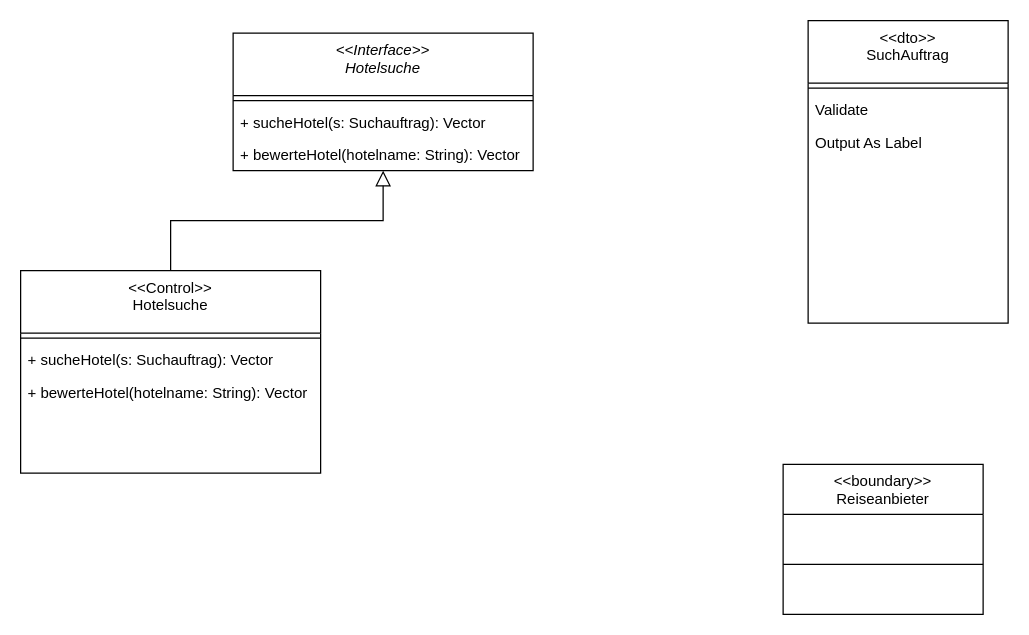
Above: 8.2.drawio in dhefel2s/Hbrs (draw.io), before the change. Source tidied: cells renumbered, new cells numbered last; positions are measured from the earlier drawing's top-left corner, leaving out a move shared by most shapes. Both pictures are drawn from the tidied source at 125%, with x=0, y=0 at pixel (20, 20).
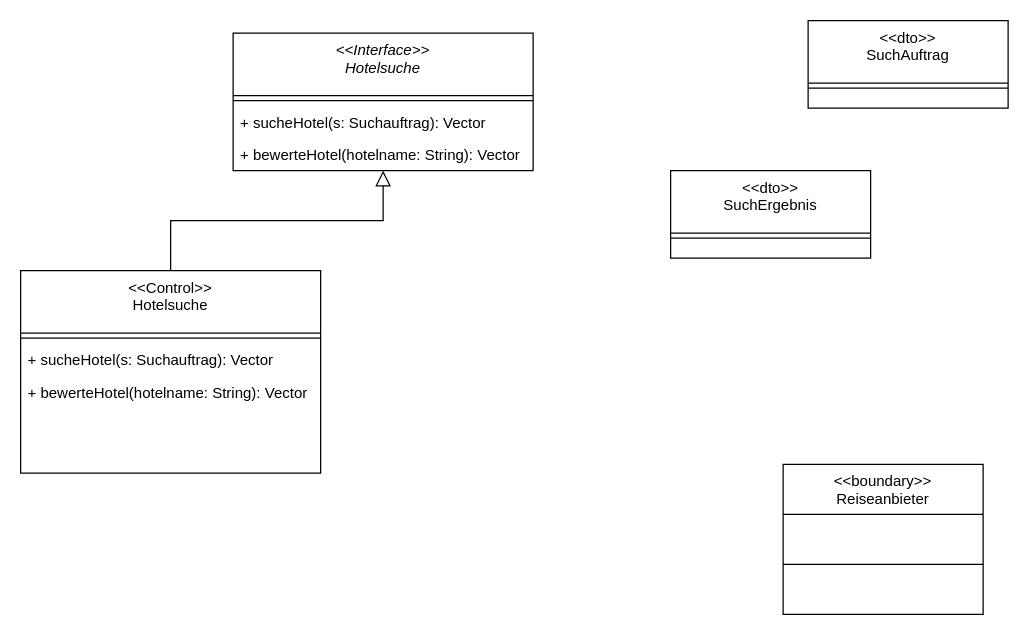
The same diagram, later.

Diff of the diagram source:
```diff
@@
 <mxGraphModel>
   <root>
     <mxCell id="0" />
     <mxCell id="1" parent="0" />
     <mxCell id="2" value="&lt;&lt;Interface&gt;&gt;&#10;Hotelsuche" style="swimlane;fontStyle=2;align=center;verticalAlign=top;horizontal=1;startSize=50;rounded=0;shadow=0;strokeWidth=1;" parent="1" vertex="1">
       <mxGeometry x="170" y="10" width="240" height="110" as="geometry" />
     </mxCell>
     <mxCell id="3" style="line;html=1;strokeWidth=1;align=left;verticalAlign=middle;spacingTop=-1;spacingLeft=3;spacingRight=3;labelPosition=right;" parent="2" vertex="1">
       <mxGeometry y="50" width="240" height="8" as="geometry" />
     </mxCell>
     <mxCell id="4" value="+ sucheHotel(s: Suchauftrag): Vector" style="text;align=left;verticalAlign=top;spacingLeft=4;spacingRight=4;overflow=hidden;" parent="2" vertex="1">
       <mxGeometry y="58" width="240" height="26" as="geometry" />
     </mxCell>
     <mxCell id="5" value="+ bewerteHotel(hotelname: String): Vector" style="text;align=left;verticalAlign=top;spacingLeft=4;spacingRight=4;overflow=hidden;" parent="2" vertex="1">
       <mxGeometry y="84" width="240" height="26" as="geometry" />
     </mxCell>
     <mxCell id="6" value="&lt;&lt;Control&gt;&gt;&#10;Hotelsuche" style="swimlane;fontStyle=0;align=center;verticalAlign=top;horizontal=1;startSize=50;rounded=0;shadow=0;strokeWidth=1;" parent="1" vertex="1">
       <mxGeometry y="200" width="240" height="162" as="geometry" />
     </mxCell>
     <mxCell id="7" style="line;html=1;strokeWidth=1;align=left;verticalAlign=middle;spacingTop=-1;spacingLeft=3;spacingRight=3;labelPosition=right;" parent="6" vertex="1">
       <mxGeometry y="50" width="240" height="8" as="geometry" />
     </mxCell>
     <mxCell id="8" value="+ sucheHotel(s: Suchauftrag): Vector" style="text;align=left;verticalAlign=top;spacingLeft=4;spacingRight=4;overflow=hidden;" parent="6" vertex="1">
       <mxGeometry y="58" width="240" height="26" as="geometry" />
     </mxCell>
     <mxCell id="9" value="+ bewerteHotel(hotelname: String): Vector" style="text;align=left;verticalAlign=top;spacingLeft=4;spacingRight=4;overflow=hidden;" parent="6" vertex="1">
       <mxGeometry y="84" width="240" height="26" as="geometry" />
     </mxCell>
     <mxCell id="10" style="endArrow=block;endSize=10;endFill=0;shadow=0;strokeWidth=1;rounded=0;edgeStyle=elbowEdgeStyle;elbow=vertical;" parent="1" edge="1" source="6" target="2">
       <mxGeometry relative="1" as="geometry" />
     </mxCell>
     <mxCell id="11" value="&lt;&lt;boundary&gt;&gt;&#10;Reiseanbieter" style="swimlane;fontStyle=0;align=center;verticalAlign=top;horizontal=1;startSize=40;rounded=0;shadow=0;strokeWidth=1;" parent="1" vertex="1">
       <mxGeometry x="610" y="355" width="160" height="120" as="geometry" />
     </mxCell>
     <mxCell id="12" style="line;html=1;strokeWidth=1;align=left;verticalAlign=middle;spacingTop=-1;spacingLeft=3;spacingRight=3;labelPosition=right;" parent="11" vertex="1">
       <mxGeometry y="40" width="160" height="80" as="geometry" />
     </mxCell>
     <mxCell id="13" value="&lt;&lt;dto&gt;&gt;&#10;SuchAuftrag" style="swimlane;fontStyle=0;align=center;verticalAlign=top;horizontal=1;startSize=50;rounded=0;shadow=0;strokeWidth=1;" parent="1" vertex="1">
-      <mxGeometry x="630" width="160" height="242" as="geometry" />
+      <mxGeometry x="630" width="160" height="70" as="geometry" />
     </mxCell>
     <mxCell id="14" style="line;html=1;strokeWidth=1;align=left;verticalAlign=middle;spacingTop=-1;spacingLeft=3;spacingRight=3;labelPosition=right;" parent="13" vertex="1">
       <mxGeometry y="50" width="160" height="8" as="geometry" />
     </mxCell>
-    <mxCell id="15" value="Validate" style="text;align=left;verticalAlign=top;spacingLeft=4;spacingRight=4;overflow=hidden;" parent="13" vertex="1">
-      <mxGeometry y="58" width="160" height="26" as="geometry" />
-    </mxCell>
-    <mxCell id="16" value="Output As Label" style="text;align=left;verticalAlign=top;spacingLeft=4;spacingRight=4;overflow=hidden;" parent="13" vertex="1">
-      <mxGeometry y="84" width="160" height="26" as="geometry" />
-    </mxCell>
+    <mxCell id="17" value="&lt;&lt;dto&gt;&gt;&#10;SuchErgebnis" style="swimlane;fontStyle=0;align=center;verticalAlign=top;horizontal=1;startSize=50;rounded=0;shadow=0;strokeWidth=1;" parent="1" vertex="1">
+      <mxGeometry x="520" y="120" width="160" height="70" as="geometry" />
+    </mxCell>
+    <mxCell id="18" style="line;html=1;strokeWidth=1;align=left;verticalAlign=middle;spacingTop=-1;spacingLeft=3;spacingRight=3;labelPosition=right;" parent="17" vertex="1">
+      <mxGeometry y="50" width="160" height="8" as="geometry" />
+    </mxCell>
   </root>
 </mxGraphModel>
```
